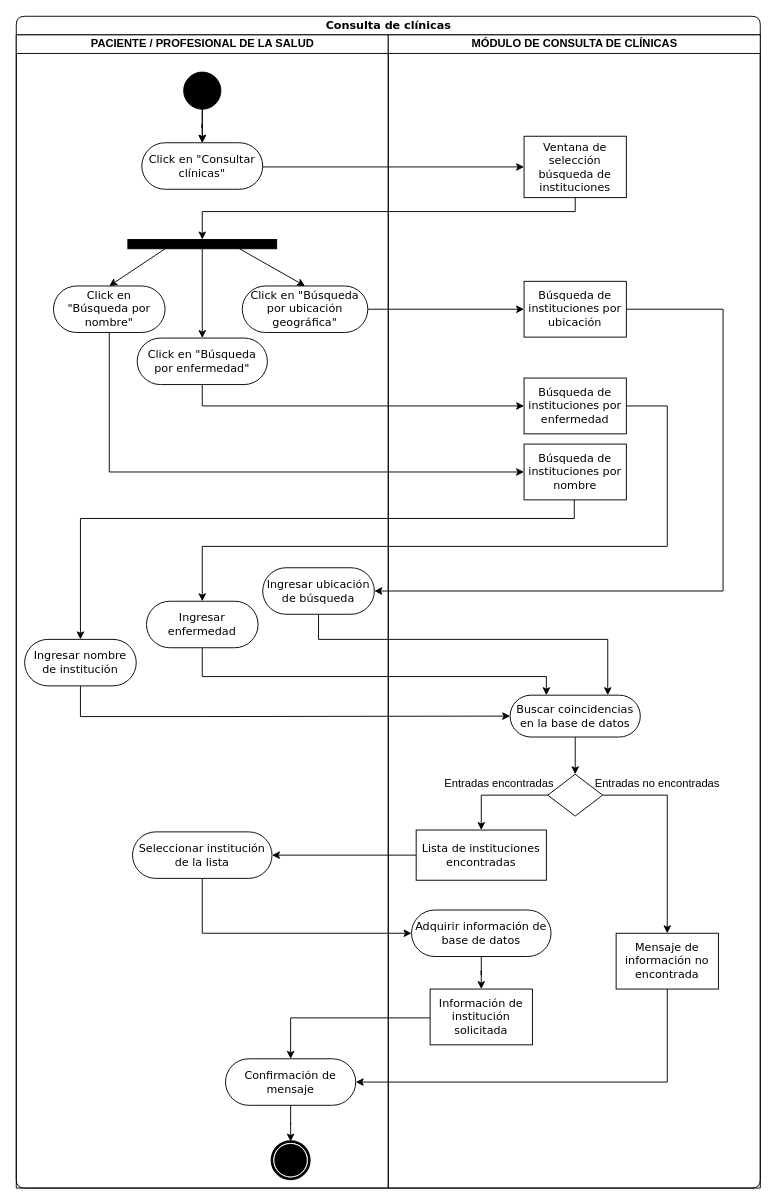
NeutronBlast/IS-Ex keeps this draw.io diagram as MET/Consulta de clinicas.drawio. Above is the earlier version. Source tidied: cells renumbered, new cells numbered last; positions are measured from the earlier drawing's top-left corner, leaving out a move shared by most shapes. Both pictures are drawn from the tidied source at 93%, with x=0, y=0 at pixel (16, 16).
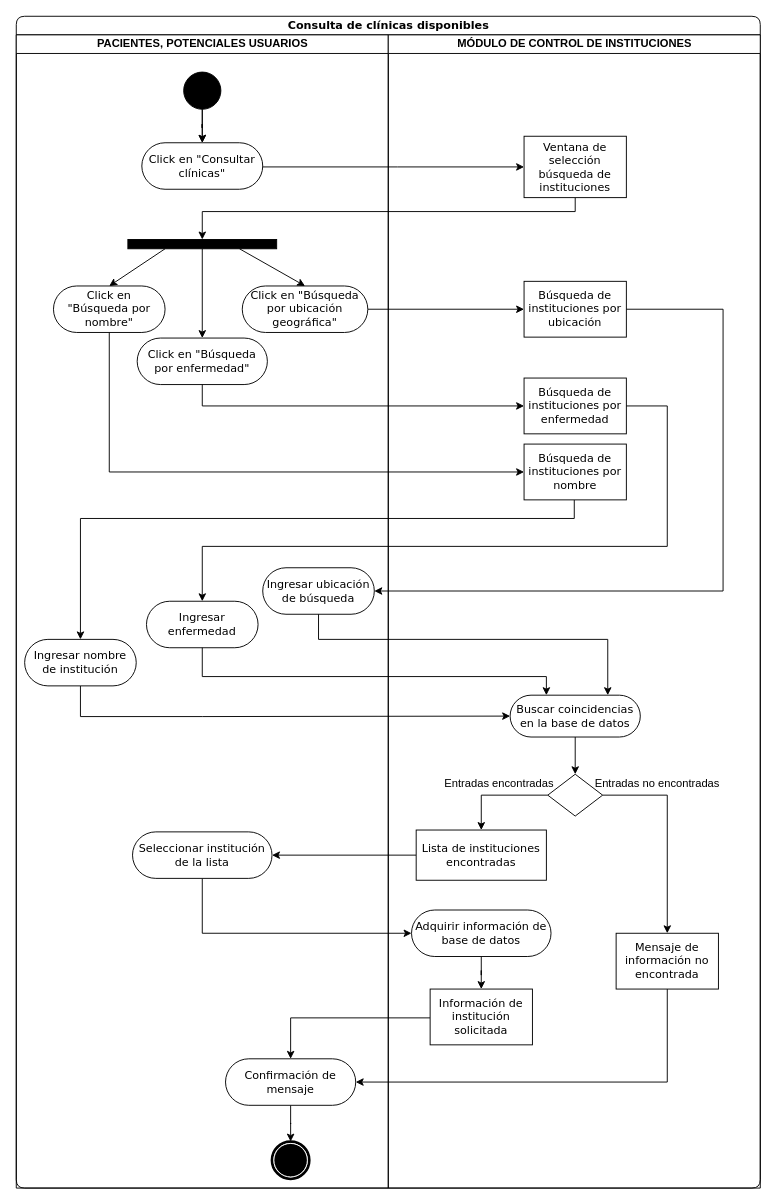
Above is the later version.

Change to the diagram source:
```diff
@@
-    <mxCell id="2" value="Consulta de clínicas" style="swimlane;html=1;startSize=20;rounded=1;shadow=0;comic=0;labelBackgroundColor=none;strokeWidth=1;fontFamily=Verdana;fontSize=12;align=center;" parent="1" vertex="1">
+    <mxCell id="2" value="Consulta de clínicas disponibles" style="swimlane;html=1;startSize=20;rounded=1;shadow=0;comic=0;labelBackgroundColor=none;strokeWidth=1;fontFamily=Verdana;fontSize=12;align=center;" parent="1" vertex="1">
       <mxGeometry width="800" height="1260" as="geometry" />
     </mxCell>
@@
-    <mxCell id="12" value="PACIENTE / PROFESIONAL DE LA SALUD" style="swimlane;html=1;startSize=20;" parent="2" vertex="1">
+    <mxCell id="12" value="PACIENTES, POTENCIALES USUARIOS" style="swimlane;html=1;startSize=20;" parent="2" vertex="1">
       <mxGeometry y="20" width="400" height="1240" as="geometry" />
     </mxCell>
@@
-    <mxCell id="33" value="MÓDULO DE CONSULTA DE CLÍNICAS" style="swimlane;html=1;startSize=20;" parent="2" vertex="1">
+    <mxCell id="33" value="MÓDULO DE CONTROL DE INSTITUCIONES" style="swimlane;html=1;startSize=20;" parent="2" vertex="1">
       <mxGeometry x="400" y="20" width="400" height="1240" as="geometry" />
     </mxCell>
```
